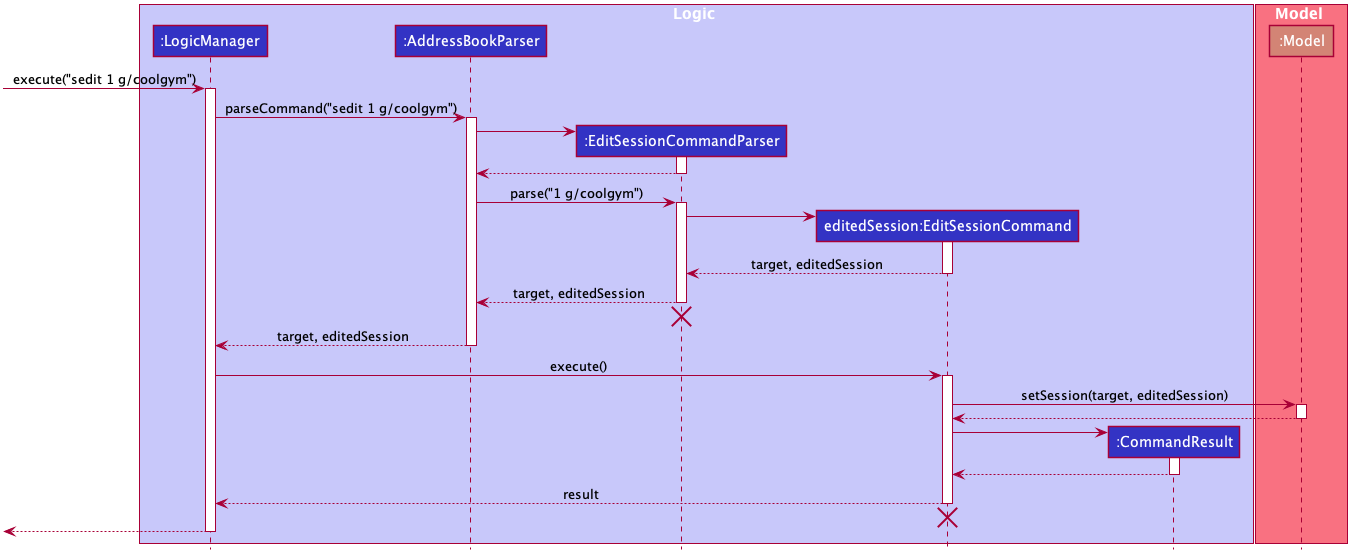
Above: docs/images/EditSessionSequenceDiagram.png in nus-cs2103-AY2021S1/tp (PlantUML), before the change. Its diagram source:
```plantuml
@startuml








skinparam BackgroundColor #FFFFFFF

skinparam Shadowing false

skinparam Class {
    FontColor #FFFFFF
    BorderThickness 1
    BorderColor #FFFFFF
    StereotypeFontColor #FFFFFF
    FontName Arial
}

skinparam Actor {
    BorderColor #000000
    Color #000000
    FontName Arial
}

skinparam Sequence {
    MessageAlign center
    BoxFontSize 15
    BoxPadding 0
    BoxFontColor #FFFFFF
    FontName Arial
}

skinparam Participant {
    FontColor #FFFFFFF
    Padding 20
}

skinparam MinClassWidth 50
skinparam ParticipantPadding 10
skinparam Shadowing false
skinparam DefaultTextAlignment center
skinparam packageStyle Rectangle

hide footbox
hide members
hide circle

box Logic #C8C8FA
participant ":LogicManager" as LogicManager #3333C4
participant ":AddressBookParser" as AddressBookParser #3333C4
participant ":EditSessionCommandParser" as EditSessionCommandParser #3333C4
participant "editedSession:EditSessionCommand" as EditSessionCommand #3333C4
participant ":CommandResult" as CommandResult #3333C4
end box

box Model #F97181
participant ":Model" as Model #d38475
end box

[-> LogicManager : execute("sedit 1 g/coolgym")
activate LogicManager

LogicManager -> AddressBookParser : parseCommand("sedit 1 g/coolgym")
activate AddressBookParser

create EditSessionCommandParser
AddressBookParser -> EditSessionCommandParser
activate EditSessionCommandParser

EditSessionCommandParser --> AddressBookParser
deactivate EditSessionCommandParser

AddressBookParser -> EditSessionCommandParser : parse("1 g/coolgym")
activate EditSessionCommandParser

create EditSessionCommand
EditSessionCommandParser -> EditSessionCommand
activate EditSessionCommand

EditSessionCommand --> EditSessionCommandParser : target, editedSession
deactivate EditSessionCommand

EditSessionCommandParser --> AddressBookParser : target, editedSession
deactivate EditSessionCommandParser
EditSessionCommandParser -[hidden]-> AddressBookParser
destroy EditSessionCommandParser

AddressBookParser --> LogicManager : target, editedSession
deactivate AddressBookParser

LogicManager -> EditSessionCommand : execute()
activate EditSessionCommand

EditSessionCommand -> Model : setSession(target, editedSession)
activate Model

Model --> EditSessionCommand
deactivate Model

create CommandResult
EditSessionCommand -> CommandResult
activate CommandResult

CommandResult --> EditSessionCommand
deactivate CommandResult

EditSessionCommand --> LogicManager : result
deactivate EditSessionCommand
EditSessionCommandParser -[hidden]-> AddressBookParser
destroy EditSessionCommand

[<--LogicManager
deactivate LogicManager
@enduml
```
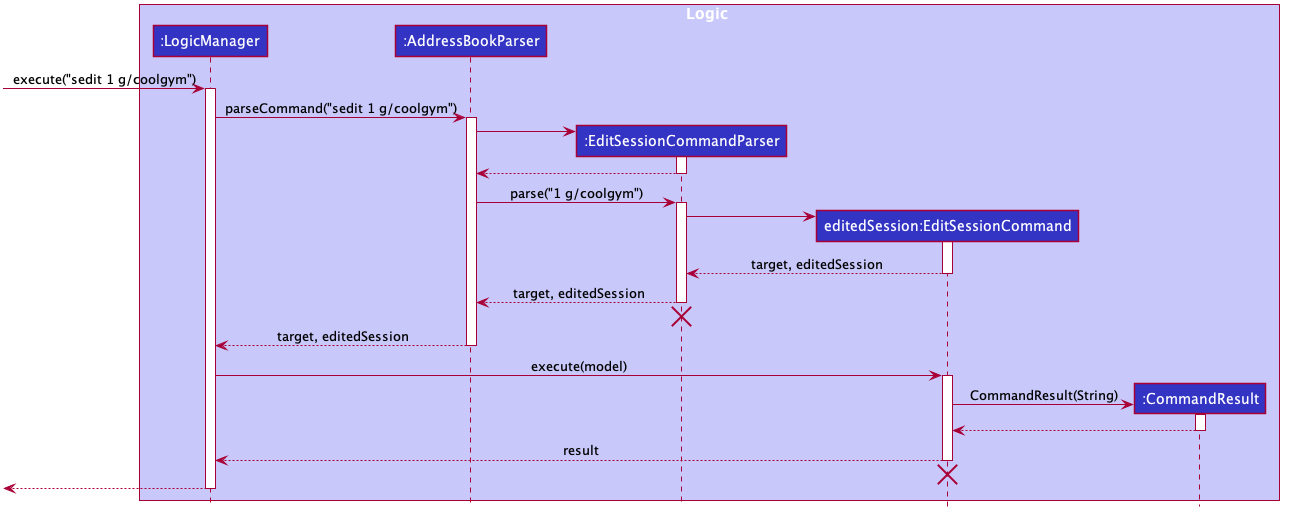
After the commit.

Commit message:
Update sedit diag

What changed in the source:
```diff
@@ -56,10 +56,6 @@
 participant ":CommandResult" as CommandResult #3333C4
 end box
 
-box Model #F97181
-participant ":Model" as Model #d38475
-end box
-
 [-> LogicManager : execute("sedit 1 g/coolgym")
 activate LogicManager
 
@@ -91,17 +87,11 @@
 AddressBookParser --> LogicManager : target, editedSession
 deactivate AddressBookParser
 
-LogicManager -> EditSessionCommand : execute()
+LogicManager -> EditSessionCommand : execute(model)
 activate EditSessionCommand
 
-EditSessionCommand -> Model : setSession(target, editedSession)
-activate Model
-
-Model --> EditSessionCommand
-deactivate Model
-
 create CommandResult
-EditSessionCommand -> CommandResult
+EditSessionCommand -> CommandResult : CommandResult(String)
 activate CommandResult
 
 CommandResult --> EditSessionCommand
```
